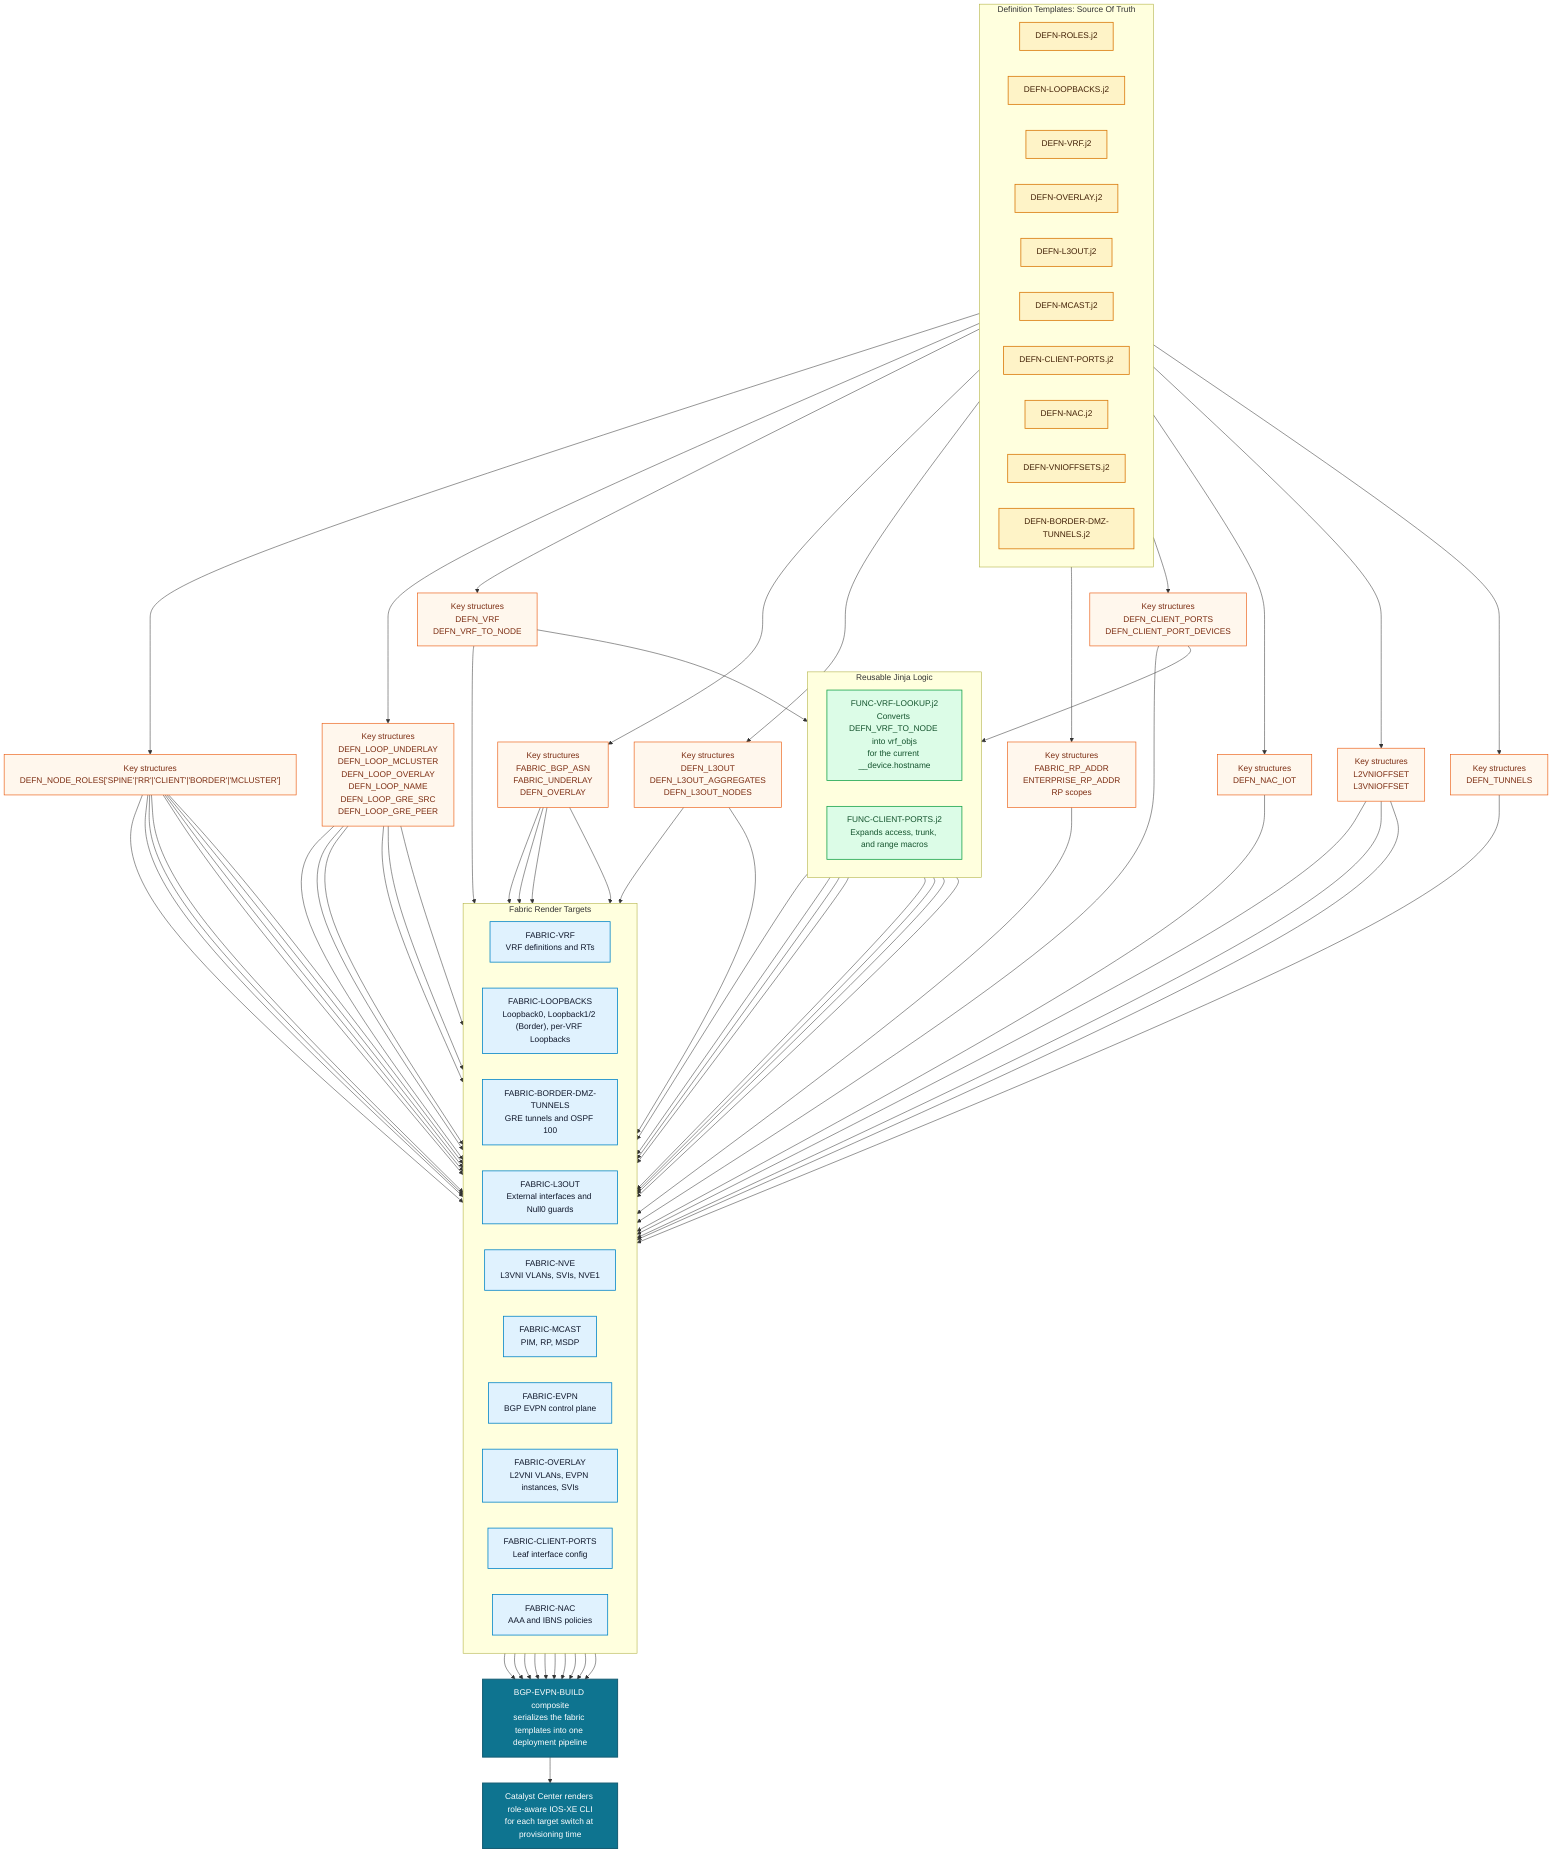
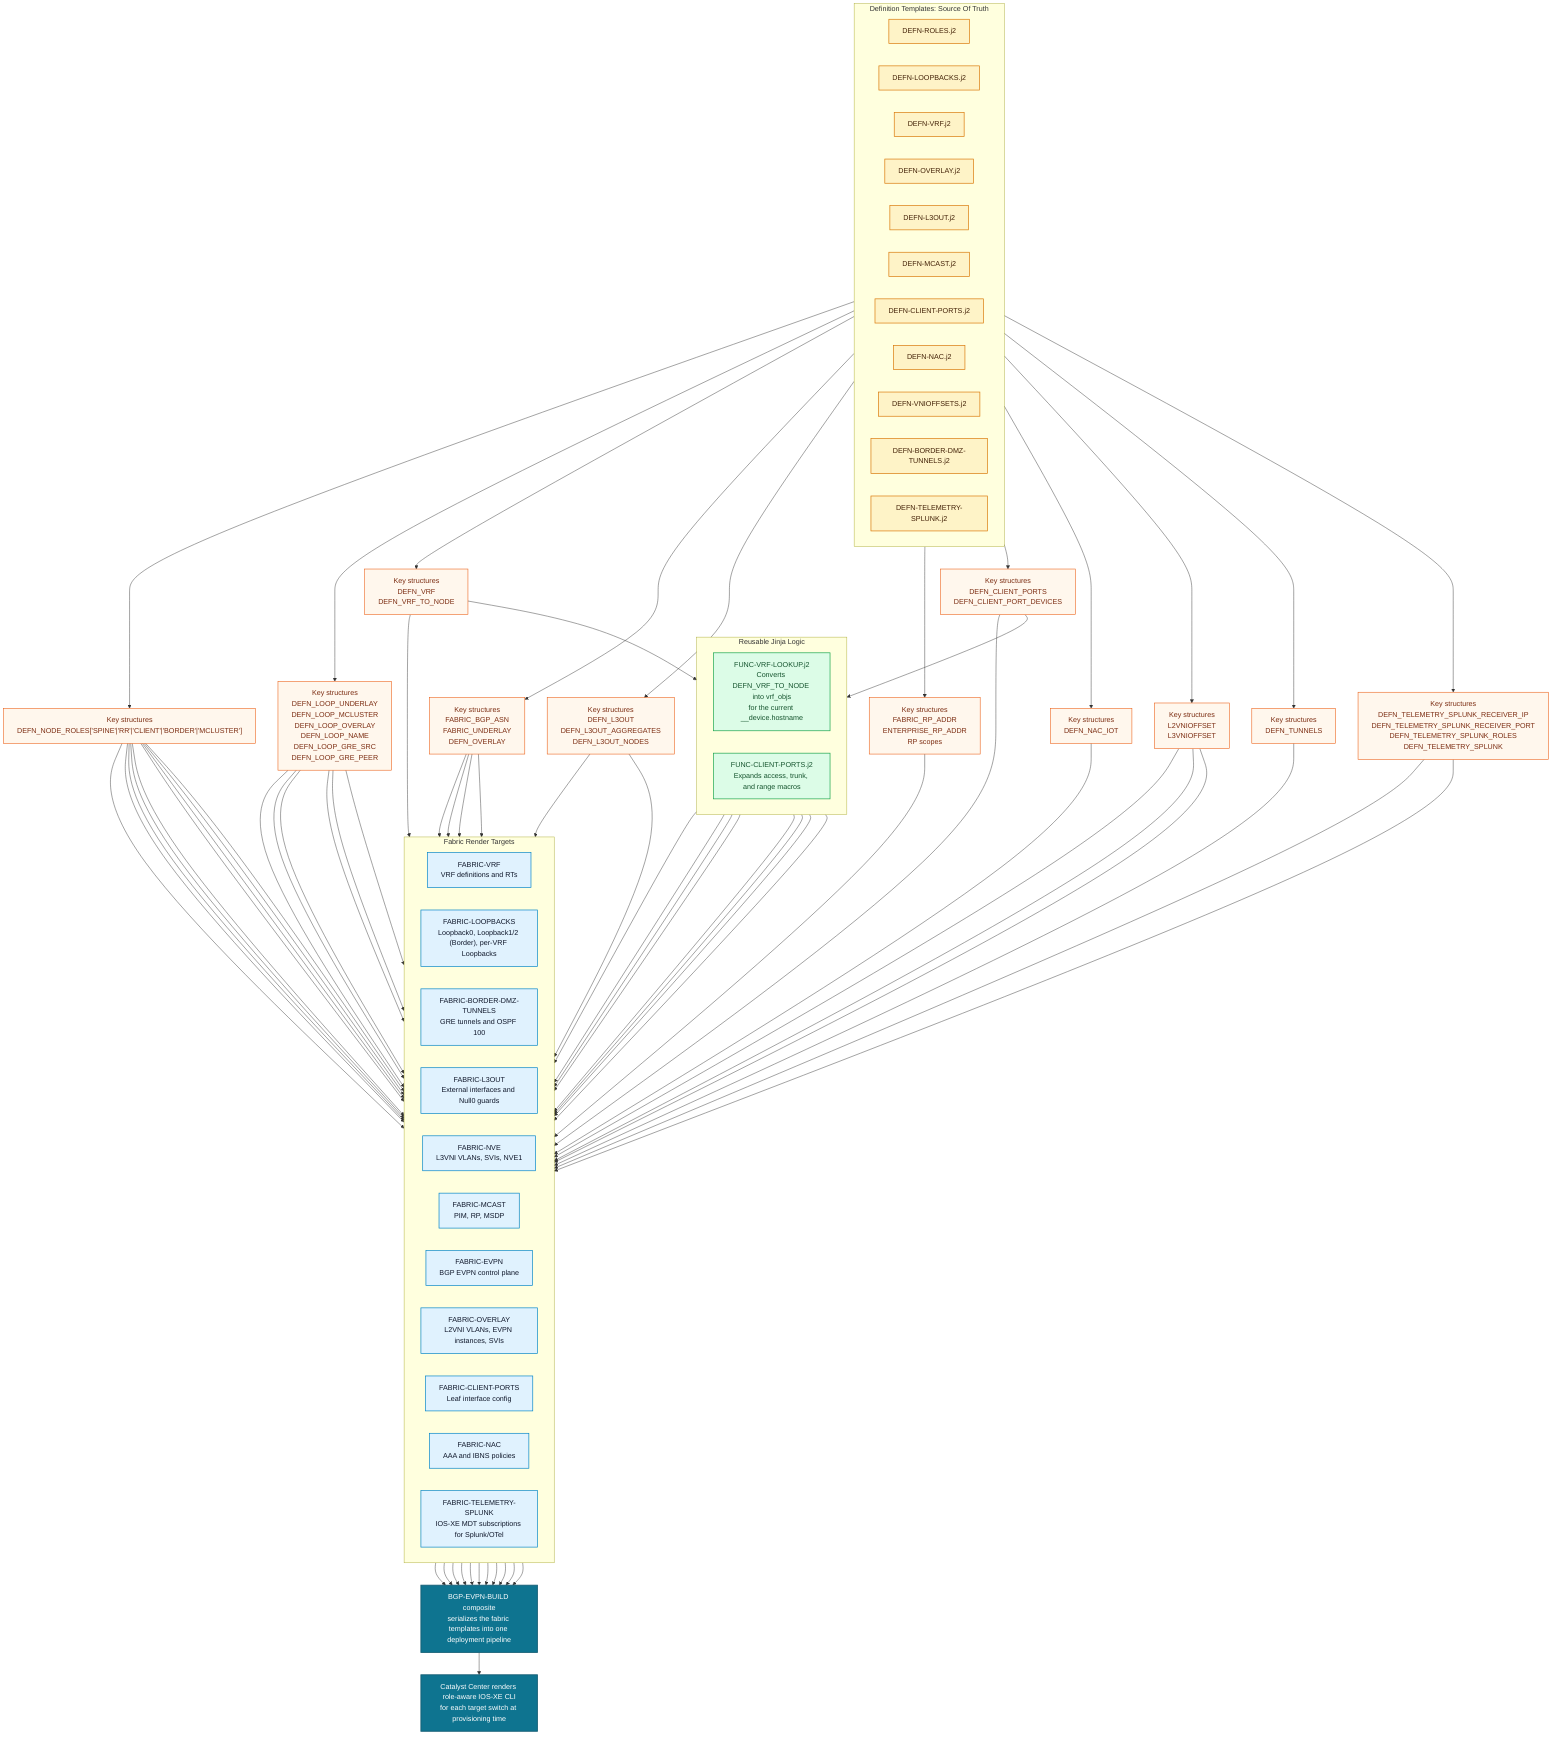
flowchart TB
  classDef defn fill:#FEF3C7,color:#422006,stroke:#D97706,stroke-width:1.5px;
  classDef key fill:#FFF7ED,color:#7C2D12,stroke:#EA580C,stroke-width:1.2px;
  classDef func fill:#DCFCE7,color:#14532D,stroke:#16A34A,stroke-width:1.5px;
  classDef fabric fill:#E0F2FE,color:#0F172A,stroke:#0284C7,stroke-width:1.5px;
  classDef output fill:#0E7490,color:#FFFFFF,stroke:#155E75,stroke-width:2px;

  subgraph defnLayer["Definition Templates: Source Of Truth"]
    direction LR
    roles["DEFN-ROLES.j2"]:::defn
    loopbacks["DEFN-LOOPBACKS.j2"]:::defn
    vrf["DEFN-VRF.j2"]:::defn
    overlay["DEFN-OVERLAY.j2"]:::defn
    l3out["DEFN-L3OUT.j2"]:::defn
    mcast["DEFN-MCAST.j2"]:::defn
    ports["DEFN-CLIENT-PORTS.j2"]:::defn
    nac["DEFN-NAC.j2"]:::defn
    vni["DEFN-VNIOFFSETS.j2"]:::defn
    tunnels["DEFN-BORDER-DMZ-TUNNELS.j2"]:::defn
+     telemetryDefn["DEFN-TELEMETRY-SPLUNK.j2"]:::defn
  end

  roles --> rolesKey["Key structures\nDEFN_NODE_ROLES['SPINE'|'RR'|'CLIENT'|'BORDER'|'MCLUSTER']"]:::key
  loopbacks --> loopKey["Key structures\nDEFN_LOOP_UNDERLAY\nDEFN_LOOP_MCLUSTER\nDEFN_LOOP_OVERLAY\nDEFN_LOOP_NAME\nDEFN_LOOP_GRE_SRC\nDEFN_LOOP_GRE_PEER"]:::key
  vrf --> vrfKey["Key structures\nDEFN_VRF\nDEFN_VRF_TO_NODE"]:::key
  overlay --> overlayKey["Key structures\nFABRIC_BGP_ASN\nFABRIC_UNDERLAY\nDEFN_OVERLAY"]:::key
  l3out --> l3outKey["Key structures\nDEFN_L3OUT\nDEFN_L3OUT_AGGREGATES\nDEFN_L3OUT_NODES"]:::key
  mcast --> mcastKey["Key structures\nFABRIC_RP_ADDR\nENTERPRISE_RP_ADDR\nRP scopes"]:::key
  ports --> portsKey["Key structures\nDEFN_CLIENT_PORTS\nDEFN_CLIENT_PORT_DEVICES"]:::key
  nac --> nacKey["Key structures\nDEFN_NAC_IOT"]:::key
  vni --> vniKey["Key structures\nL2VNIOFFSET\nL3VNIOFFSET"]:::key
  tunnels --> tunnelsKey["Key structures\nDEFN_TUNNELS"]:::key
+   telemetryDefn --> telemetryKey["Key structures\nDEFN_TELEMETRY_SPLUNK_RECEIVER_IP\nDEFN_TELEMETRY_SPLUNK_RECEIVER_PORT\nDEFN_TELEMETRY_SPLUNK_ROLES\nDEFN_TELEMETRY_SPLUNK"]:::key

  vrfKey --> vrfFunc
  subgraph logicLayer["Reusable Jinja Logic"]
    direction LR
    vrfFunc["FUNC-VRF-LOOKUP.j2\nConverts DEFN_VRF_TO_NODE into vrf_objs\nfor the current __device.hostname"]:::func
    portFunc["FUNC-CLIENT-PORTS.j2\nExpands access, trunk, and range macros"]:::func
  end
  portsKey --> portFunc

  subgraph renderLayer["Fabric Render Targets"]
    direction LR
    fabric1["FABRIC-VRF\nVRF definitions and RTs"]:::fabric
    fabric2["FABRIC-LOOPBACKS\nLoopback0, Loopback1/2 (Border), per-VRF Loopbacks"]:::fabric
    fabric2a["FABRIC-BORDER-DMZ-TUNNELS\nGRE tunnels and OSPF 100"]:::fabric
    fabric3["FABRIC-L3OUT\nExternal interfaces and Null0 guards"]:::fabric
    fabric4["FABRIC-NVE\nL3VNI VLANs, SVIs, NVE1"]:::fabric
    fabric5["FABRIC-MCAST\nPIM, RP, MSDP"]:::fabric
    fabric6["FABRIC-EVPN\nBGP EVPN control plane"]:::fabric
    fabric7["FABRIC-OVERLAY\nL2VNI VLANs, EVPN instances, SVIs"]:::fabric
    fabric8["FABRIC-CLIENT-PORTS\nLeaf interface config"]:::fabric
    fabric9["FABRIC-NAC\nAAA and IBNS policies"]:::fabric
+     fabric10["FABRIC-TELEMETRY-SPLUNK\nIOS-XE MDT subscriptions for Splunk/OTel"]:::fabric
  end

  vrfFunc --> fabric1
  loopKey --> fabric1
  overlayKey --> fabric1

  vrfKey --> fabric2
  rolesKey --> fabric2
  loopKey --> fabric2

  tunnelsKey --> fabric2a
  rolesKey --> fabric2a
  loopKey --> fabric2a

  vrfFunc --> fabric3
  l3outKey --> fabric3
  overlayKey --> fabric3

  vrfFunc --> fabric4
  rolesKey --> fabric4
  loopKey --> fabric4
  vniKey --> fabric4
+   telemetryKey --> fabric4

  vrfFunc --> fabric5
  rolesKey --> fabric5
  loopKey --> fabric5
  mcastKey --> fabric5

  vrfFunc --> fabric6
  rolesKey --> fabric6
  loopKey --> fabric6
  l3outKey --> fabric6
  overlayKey --> fabric6
  vniKey --> fabric6

  vrfFunc --> fabric7
  rolesKey --> fabric7
  overlayKey --> fabric7
  vniKey --> fabric7

  portFunc --> fabric8
  rolesKey --> fabric8
  portsKey --> fabric8

  vrfFunc --> fabric9
  rolesKey --> fabric9
  nacKey --> fabric9

+   telemetryKey --> fabric10
+   rolesKey --> fabric10
+ 
  fabric1 --> composite["BGP-EVPN-BUILD composite\nserializes the fabric templates into one deployment pipeline"]:::output
  fabric2 --> composite
  fabric2a --> composite
  fabric3 --> composite
  fabric4 --> composite
  fabric5 --> composite
  fabric6 --> composite
  fabric7 --> composite
  fabric8 --> composite
  fabric9 --> composite
+   fabric10 --> composite

  composite --> result["Catalyst Center renders role-aware IOS-XE CLI\nfor each target switch at provisioning time"]:::output